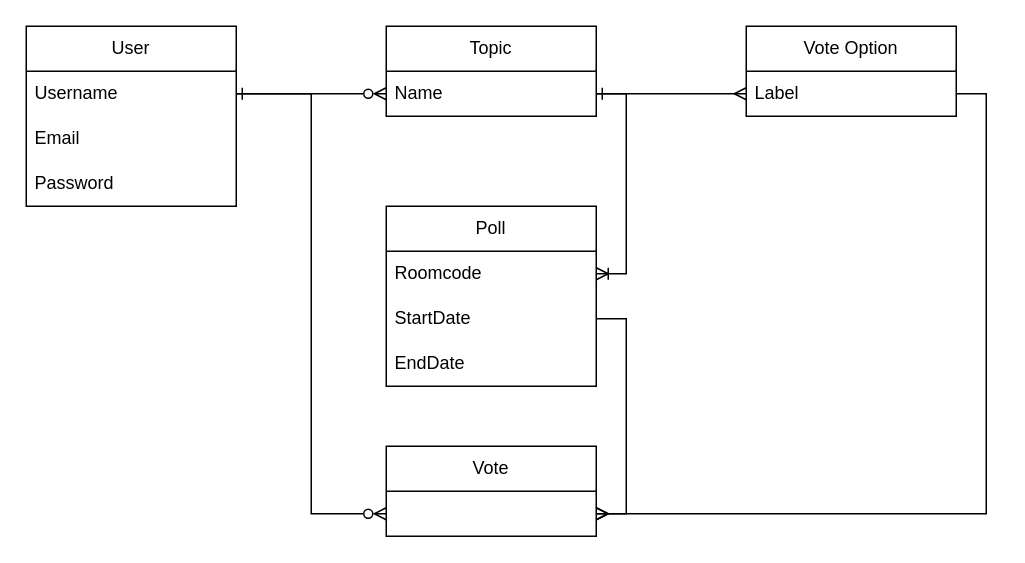
Before: Domain Model.drawio in Thomas-Johansen/dat250Project, a draw.io diagram. Source tidied: cells renumbered, new cells numbered last; positions are measured from the earlier drawing's top-left corner, leaving out a move shared by most shapes. Both pictures are drawn from the tidied source at 150%, with x=0, y=0 at pixel (26, 26).
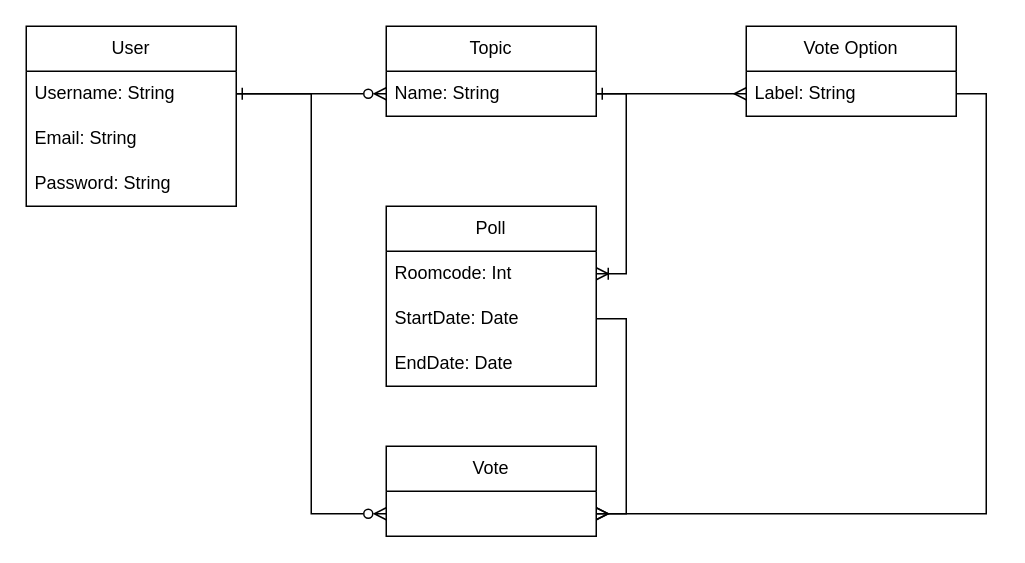
After the change.

The change refers to these unchanged cells:
```xml
<mxCell id="2" value="User" style="swimlane;fontStyle=0;horizontal=1;startSize=30;whiteSpace=wrap;html=1;" parent="1" vertex="1">
  <mxGeometry width="140" height="120" as="geometry" />
</mxCell>
<mxCell id="6" value="Topic" style="swimlane;fontStyle=0;horizontal=1;startSize=30;whiteSpace=wrap;html=1;" parent="1" vertex="1">
  <mxGeometry x="240" width="140" height="60" as="geometry" />
</mxCell>
<mxCell id="8" value="Vote Option" style="swimlane;fontStyle=0;horizontal=1;startSize=30;whiteSpace=wrap;html=1;" parent="1" vertex="1">
  <mxGeometry x="480" width="140" height="60" as="geometry" />
</mxCell>
<mxCell id="10" value="Poll" style="swimlane;fontStyle=0;horizontal=1;startSize=30;whiteSpace=wrap;html=1;" parent="1" vertex="1">
  <mxGeometry x="240" y="120" width="140" height="120" as="geometry" />
</mxCell>
```

Diff of the diagram source:
```diff
@@
-    <mxCell id="3" value="Username" style="text;strokeColor=none;fillColor=none;align=left;verticalAlign=middle;spacingLeft=4;spacingRight=4;overflow=hidden;points=[[0,0.5],[1,0.5]];portConstraint=eastwest;whiteSpace=wrap;html=1;" parent="2" vertex="1">
+    <mxCell id="3" value="Username: String" style="text;strokeColor=none;fillColor=none;align=left;verticalAlign=middle;spacingLeft=4;spacingRight=4;overflow=hidden;points=[[0,0.5],[1,0.5]];portConstraint=eastwest;whiteSpace=wrap;html=1;" parent="2" vertex="1">
       <mxGeometry y="30" width="140" height="30" as="geometry" />
     </mxCell>
-    <mxCell id="4" value="Email" style="text;strokeColor=none;fillColor=none;align=left;verticalAlign=middle;spacingLeft=4;spacingRight=4;overflow=hidden;whiteSpace=wrap;html=1;" parent="2" vertex="1">
+    <mxCell id="4" value="Email: String" style="text;strokeColor=none;fillColor=none;align=left;verticalAlign=middle;spacingLeft=4;spacingRight=4;overflow=hidden;whiteSpace=wrap;html=1;" parent="2" vertex="1">
       <mxGeometry y="60" width="140" height="30" as="geometry" />
     </mxCell>
-    <mxCell id="5" value="Password" style="text;strokeColor=none;fillColor=none;align=left;verticalAlign=middle;spacingLeft=4;spacingRight=4;overflow=hidden;whiteSpace=wrap;html=1;" parent="2" vertex="1">
+    <mxCell id="5" value="Password: String" style="text;strokeColor=none;fillColor=none;align=left;verticalAlign=middle;spacingLeft=4;spacingRight=4;overflow=hidden;whiteSpace=wrap;html=1;" parent="2" vertex="1">
       <mxGeometry y="90" width="140" height="30" as="geometry" />
     </mxCell>
@@
-    <mxCell id="7" value="Name" style="text;strokeColor=none;fillColor=none;align=left;verticalAlign=middle;spacingLeft=4;spacingRight=4;overflow=hidden;points=[[0,0.5],[1,0.5]];portConstraint=eastwest;whiteSpace=wrap;html=1;" parent="6" vertex="1">
+    <mxCell id="7" value="Name: String" style="text;strokeColor=none;fillColor=none;align=left;verticalAlign=middle;spacingLeft=4;spacingRight=4;overflow=hidden;points=[[0,0.5],[1,0.5]];portConstraint=eastwest;whiteSpace=wrap;html=1;" parent="6" vertex="1">
       <mxGeometry y="30" width="140" height="30" as="geometry" />
     </mxCell>
@@
-    <mxCell id="9" value="Label" style="text;strokeColor=none;fillColor=none;align=left;verticalAlign=middle;spacingLeft=4;spacingRight=4;overflow=hidden;points=[[0,0.5],[1,0.5]];portConstraint=eastwest;whiteSpace=wrap;html=1;" parent="8" vertex="1">
+    <mxCell id="9" value="Label: String" style="text;strokeColor=none;fillColor=none;align=left;verticalAlign=middle;spacingLeft=4;spacingRight=4;overflow=hidden;points=[[0,0.5],[1,0.5]];portConstraint=eastwest;whiteSpace=wrap;html=1;" parent="8" vertex="1">
       <mxGeometry y="30" width="140" height="30" as="geometry" />
     </mxCell>
@@
-    <mxCell id="11" value="Roomcode" style="text;strokeColor=none;fillColor=none;align=left;verticalAlign=middle;spacingLeft=4;spacingRight=4;overflow=hidden;points=[[0,0.5],[1,0.5]];portConstraint=eastwest;whiteSpace=wrap;html=1;" parent="10" vertex="1">
+    <mxCell id="11" value="Roomcode: Int" style="text;strokeColor=none;fillColor=none;align=left;verticalAlign=middle;spacingLeft=4;spacingRight=4;overflow=hidden;points=[[0,0.5],[1,0.5]];portConstraint=eastwest;whiteSpace=wrap;html=1;" parent="10" vertex="1">
       <mxGeometry y="30" width="140" height="30" as="geometry" />
     </mxCell>
-    <mxCell id="12" value="StartDate" style="text;strokeColor=none;fillColor=none;align=left;verticalAlign=middle;spacingLeft=4;spacingRight=4;overflow=hidden;points=[[0,0.5],[1,0.5]];portConstraint=eastwest;whiteSpace=wrap;html=1;" parent="10" vertex="1">
+    <mxCell id="12" value="StartDate: Date" style="text;strokeColor=none;fillColor=none;align=left;verticalAlign=middle;spacingLeft=4;spacingRight=4;overflow=hidden;points=[[0,0.5],[1,0.5]];portConstraint=eastwest;whiteSpace=wrap;html=1;" parent="10" vertex="1">
       <mxGeometry y="60" width="140" height="30" as="geometry" />
     </mxCell>
-    <mxCell id="13" value="EndDate" style="text;strokeColor=none;fillColor=none;align=left;verticalAlign=middle;spacingLeft=4;spacingRight=4;overflow=hidden;whiteSpace=wrap;html=1;" parent="10" vertex="1">
+    <mxCell id="13" value="EndDate: Date" style="text;strokeColor=none;fillColor=none;align=left;verticalAlign=middle;spacingLeft=4;spacingRight=4;overflow=hidden;whiteSpace=wrap;html=1;" parent="10" vertex="1">
       <mxGeometry y="90" width="140" height="30" as="geometry" />
     </mxCell>
```
